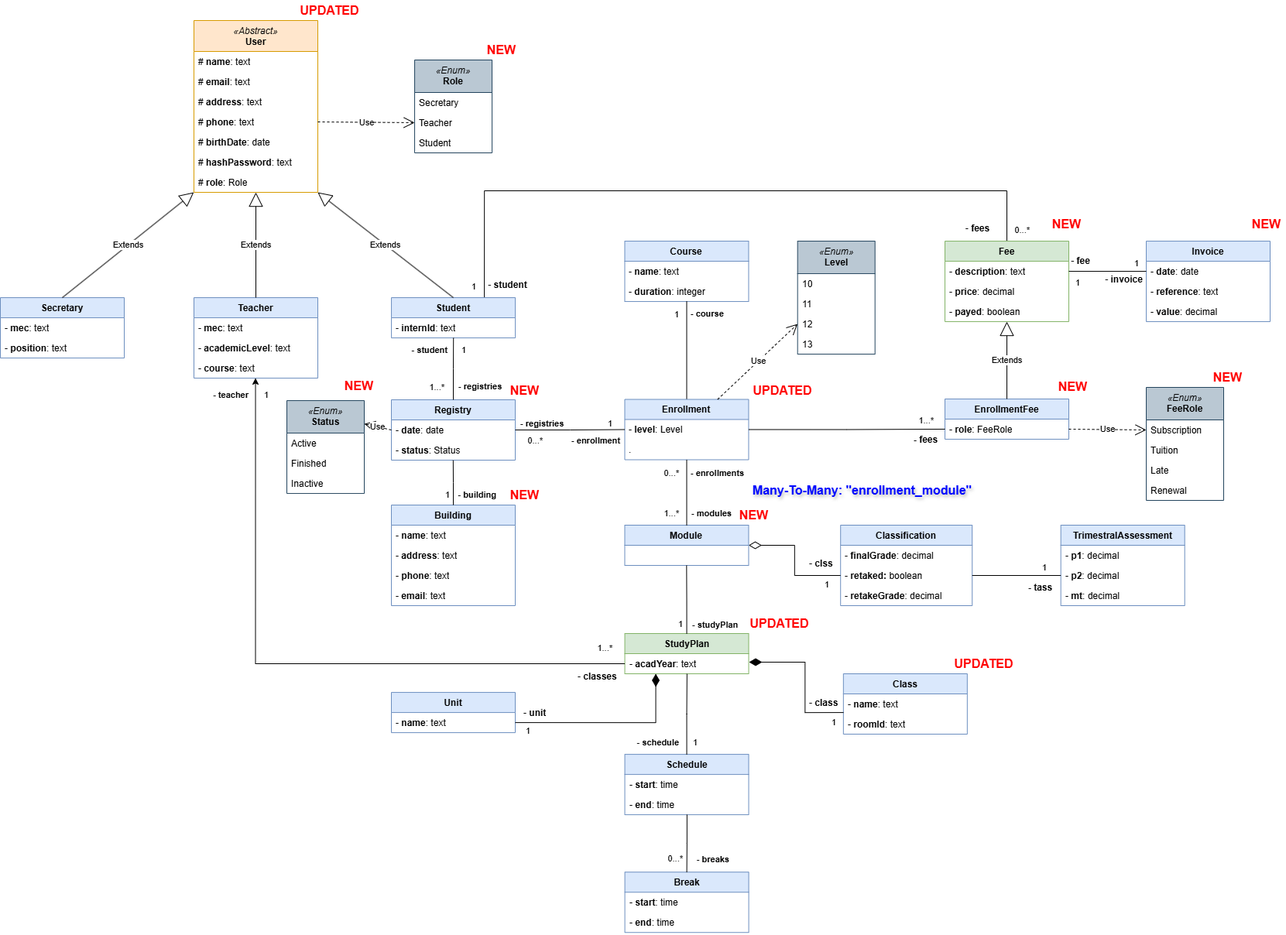
Earlier version of the draw.io export documentation/data-model.drawio.png (Joaquim-Claudio/Imptel-Online_P.D.S-2024-2025). Source tidied: cells renumbered, new cells last; positions are measured from the earlier drawing's top-left corner, leaving out a move shared by most shapes.
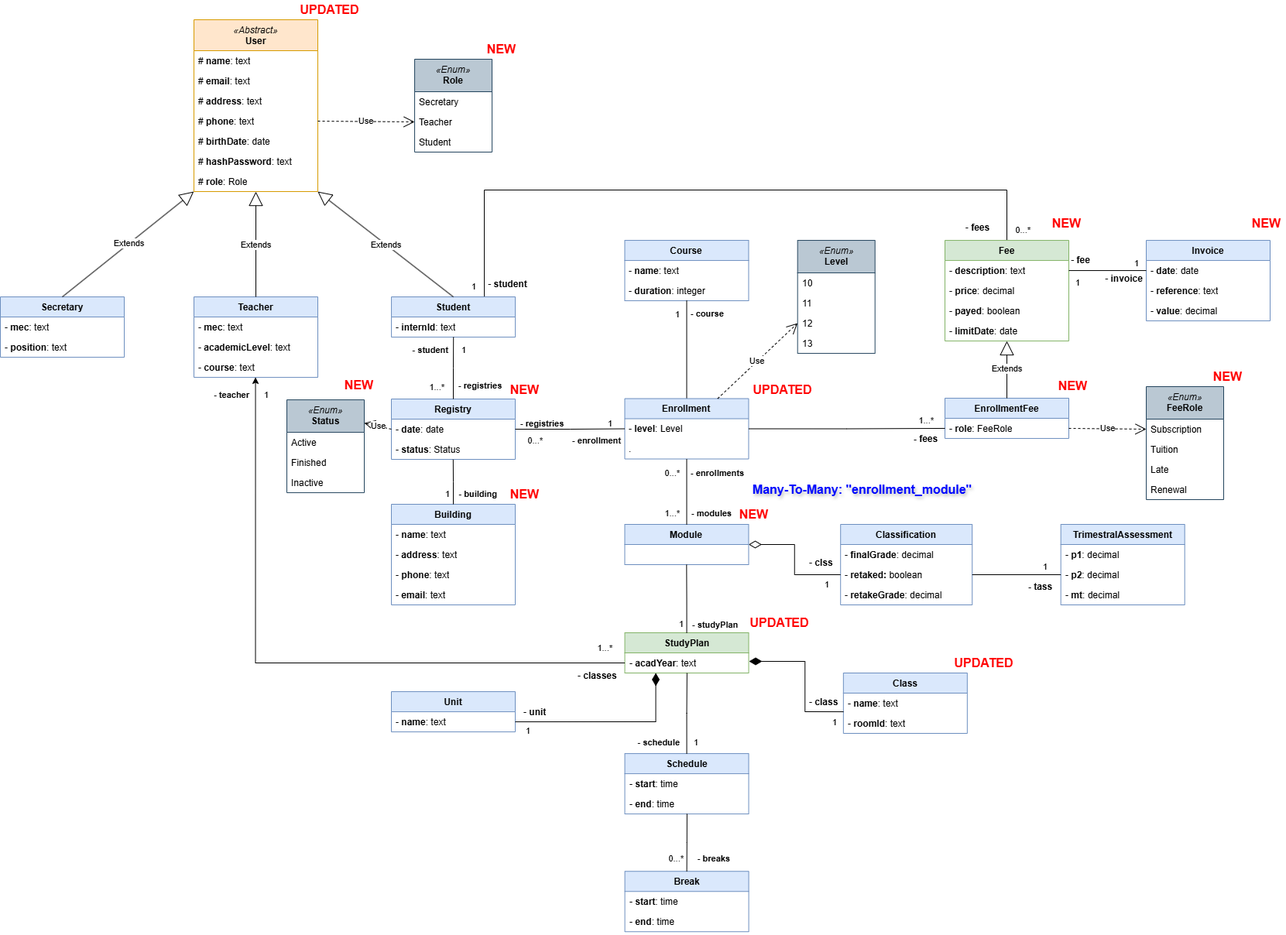
The same file after the commit.

Change to the diagram source:
```diff
@@ -382,7 +382,7 @@
       <mxGeometry y="26" width="160" height="26" as="geometry" />
     </mxCell>
     <mxCell id="119" value="Fee" style="swimlane;fontStyle=1;align=center;verticalAlign=top;horizontal=1;startSize=26;whiteSpace=wrap;html=1;fillColor=#d5e8d4;strokeColor=#82b366;" parent="1" vertex="1">
-      <mxGeometry x="1220" y="311.1" width="160" height="104" as="geometry" />
+      <mxGeometry x="1220" y="311.1" width="160" height="130" as="geometry" />
     </mxCell>
     <mxCell id="120" value="- &lt;b&gt;description&lt;/b&gt;: text" style="text;strokeColor=none;fillColor=none;align=left;verticalAlign=top;spacingLeft=4;spacingRight=4;overflow=hidden;points=[[0,0.5],[1,0.5]];portConstraint=eastwest;whiteSpace=wrap;html=1;" parent="119" vertex="1">
       <mxGeometry y="26" width="160" height="26" as="geometry" />
@@ -393,6 +393,9 @@
     <mxCell id="122" value="- &lt;b&gt;payed&lt;/b&gt;: boolean" style="text;strokeColor=none;fillColor=none;align=left;verticalAlign=top;spacingLeft=4;spacingRight=4;overflow=hidden;whiteSpace=wrap;html=1;" parent="119" vertex="1">
       <mxGeometry y="78" width="160" height="26" as="geometry" />
     </mxCell>
+    <mxCell id="165" value="- &lt;b&gt;limitDate&lt;/b&gt;: date" style="text;strokeColor=none;fillColor=none;align=left;verticalAlign=top;spacingLeft=4;spacingRight=4;overflow=hidden;whiteSpace=wrap;html=1;" parent="119" vertex="1">
+      <mxGeometry y="104" width="160" height="26" as="geometry" />
+    </mxCell>
     <mxCell id="123" value="Invoice" style="swimlane;fontStyle=1;align=center;verticalAlign=top;horizontal=1;startSize=26;whiteSpace=wrap;html=1;fillColor=#dae8fc;strokeColor=#6c8ebf;" parent="1" vertex="1">
       <mxGeometry x="1480" y="311.1" width="160" height="104" as="geometry" />
     </mxCell>
```
